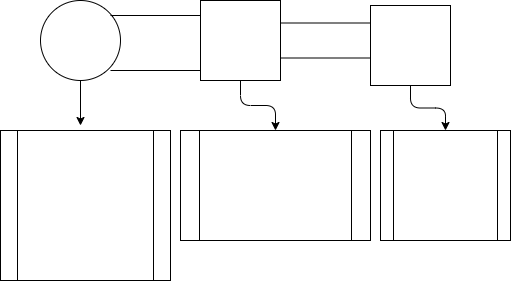
he445/project-diarioofc keeps this draw.io diagram as schema.drawio.png. Above is the earlier version. Source tidied: cells renumbered, new cells last; positions are measured from the earlier drawing's top-left corner, leaving out a move shared by most shapes.
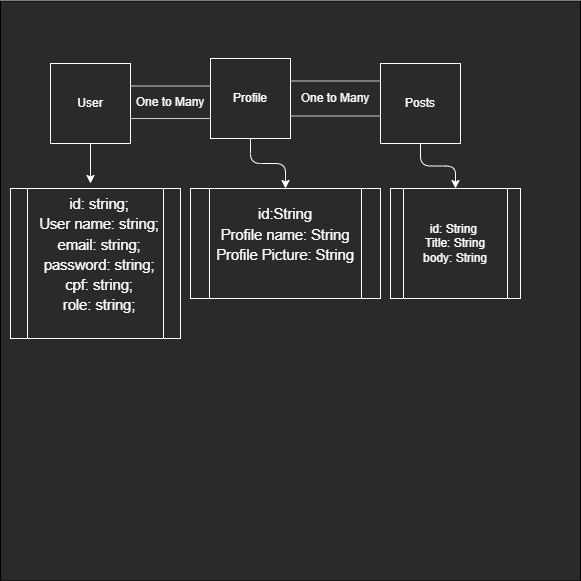
After the commit.

Commit message:
fix: diagram display

Diff of the diagram source:
```diff
@@ -2,40 +2,44 @@
   <root>
     <mxCell id="0" />
     <mxCell id="1" parent="0" />
+    <mxCell id="13" style="whiteSpace=wrap;html=1;labelBackgroundColor=none;fontFamily=Helvetica;fillColor=#2A2A2A;" parent="1" vertex="1">
+      <mxGeometry x="-10" y="-57.5" width="580" height="580" as="geometry" />
+    </mxCell>
-    <mxCell id="2" style="edgeStyle=none;html=1;labelBackgroundColor=none;align=center;fontFamily=Helvetica;fontColor=#FFFFFF;" parent="1" edge="1" source="3">
+    <mxCell id="2" style="edgeStyle=none;html=1;labelBackgroundColor=none;align=center;fontFamily=Helvetica;fontColor=#FFFFFF;strokeColor=#FFFFFF;" parent="1" edge="1">
       <mxGeometry relative="1" as="geometry">
+        <mxPoint x="80" y="80" as="sourcePoint" />
         <mxPoint x="80" y="125" as="targetPoint" />
       </mxGeometry>
     </mxCell>
-    <mxCell id="3" value="User" style="ellipse;whiteSpace=wrap;html=1;labelBackgroundColor=none;align=center;fontFamily=Helvetica;fontColor=#FFFFFF;" parent="1" vertex="1">
-      <mxGeometry x="40" width="80" height="80" as="geometry" />
-    </mxCell>
-    <mxCell id="4" style="edgeStyle=orthogonalEdgeStyle;html=1;fontColor=#FFFFFF;labelBackgroundColor=none;align=center;fontFamily=Helvetica;" parent="1" edge="1" source="5" target="10">
+    <mxCell id="4" style="edgeStyle=orthogonalEdgeStyle;html=1;fontColor=#FFFFFF;labelBackgroundColor=none;align=center;fontFamily=Helvetica;strokeColor=#FFFFFF;" parent="1" edge="1" source="5" target="10">
       <mxGeometry relative="1" as="geometry" />
     </mxCell>
-    <mxCell id="5" value="Profile" style="whiteSpace=wrap;html=1;labelBackgroundColor=none;align=center;fontFamily=Helvetica;fontColor=#FFFFFF;" parent="1" vertex="1">
+    <mxCell id="5" value="Profile" style="whiteSpace=wrap;html=1;labelBackgroundColor=none;align=center;fontFamily=Helvetica;fillColor=#2A2A2A;strokeColor=#FFFFFF;fontColor=#FFFFFF;" parent="1" vertex="1">
       <mxGeometry x="200" width="80" height="80" as="geometry" />
     </mxCell>
-    <mxCell id="6" style="edgeStyle=orthogonalEdgeStyle;html=1;fontColor=#FFFFFF;labelBackgroundColor=none;align=center;fontFamily=Helvetica;" parent="1" edge="1" source="7" target="11">
+    <mxCell id="6" style="edgeStyle=orthogonalEdgeStyle;html=1;fontColor=#FFFFFF;labelBackgroundColor=none;align=center;fontFamily=Helvetica;strokeColor=#FFFFFF;" parent="1" edge="1" source="7" target="11">
       <mxGeometry relative="1" as="geometry" />
     </mxCell>
-    <mxCell id="7" value="Posts" style="whiteSpace=wrap;html=1;labelBackgroundColor=none;align=center;fontFamily=Helvetica;fontColor=#FFFFFF;" parent="1" vertex="1">
+    <mxCell id="7" value="Posts" style="whiteSpace=wrap;html=1;labelBackgroundColor=none;align=center;fontFamily=Helvetica;fillColor=#2A2A2A;strokeColor=#FFFFFF;fontColor=#FFFFFF;" parent="1" vertex="1">
       <mxGeometry x="370" y="5" width="80" height="80" as="geometry" />
     </mxCell>
-    <mxCell id="8" value="One to Many" style="shape=partialRectangle;whiteSpace=wrap;html=1;left=0;right=0;fillColor=none;labelBackgroundColor=none;align=center;fontFamily=Helvetica;fontColor=#FFFFFF;" parent="1" vertex="1">
+    <mxCell id="8" value="One to Many" style="shape=partialRectangle;whiteSpace=wrap;html=1;left=0;right=0;labelBackgroundColor=none;align=center;fontFamily=Helvetica;fillColor=none;strokeColor=#CCCCCC;fontColor=#FFFFFF;" parent="1" vertex="1">
       <mxGeometry x="280" y="22.5" width="90" height="35" as="geometry" />
     </mxCell>
-    <mxCell id="9" value="&lt;span id=&quot;docs-internal-guid-df282f5a-7fff-cb5b-8f41-3b00759840ae&quot;&gt;&lt;p dir=&quot;ltr&quot; style=&quot;line-height: 1.38 ; margin-top: 0pt ; margin-bottom: 0pt&quot;&gt;&lt;span style=&quot;font-size: 11pt; vertical-align: baseline;&quot;&gt;&amp;nbsp;&amp;nbsp;id: string;&lt;/span&gt;&lt;/p&gt;&lt;p dir=&quot;ltr&quot; style=&quot;line-height: 1.38 ; margin-top: 0pt ; margin-bottom: 0pt&quot;&gt;&lt;span style=&quot;font-size: 11pt; vertical-align: baseline;&quot;&gt;&amp;nbsp; User name: string;&lt;/span&gt;&lt;/p&gt;&lt;p dir=&quot;ltr&quot; style=&quot;line-height: 1.38 ; margin-top: 0pt ; margin-bottom: 0pt&quot;&gt;&lt;span style=&quot;font-size: 11pt; vertical-align: baseline;&quot;&gt;&amp;nbsp;&amp;nbsp;email: string;&lt;/span&gt;&lt;/p&gt;&lt;p dir=&quot;ltr&quot; style=&quot;line-height: 1.38 ; margin-top: 0pt ; margin-bottom: 0pt&quot;&gt;&lt;span style=&quot;font-size: 11pt; vertical-align: baseline;&quot;&gt;&amp;nbsp;&amp;nbsp;password: string;&lt;/span&gt;&lt;/p&gt;&lt;p dir=&quot;ltr&quot; style=&quot;line-height: 1.38 ; margin-top: 0pt ; margin-bottom: 0pt&quot;&gt;&lt;span style=&quot;font-size: 11pt; vertical-align: baseline;&quot;&gt;&amp;nbsp;&amp;nbsp;cpf: string;&lt;/span&gt;&lt;/p&gt;&lt;p dir=&quot;ltr&quot; style=&quot;line-height: 1.38 ; margin-top: 0pt ; margin-bottom: 0pt&quot;&gt;&lt;span style=&quot;font-size: 11pt; vertical-align: baseline;&quot;&gt;&amp;nbsp;&amp;nbsp;role: string;&lt;/span&gt;&lt;/p&gt;&lt;div&gt;&lt;span style=&quot;font-size: 11pt; vertical-align: baseline;&quot;&gt;&lt;br&gt;&lt;/span&gt;&lt;/div&gt;&lt;/span&gt;" style="shape=process;whiteSpace=wrap;html=1;backgroundOutline=1;labelBackgroundColor=none;fontColor=#FFFFFF;align=center;fontFamily=Helvetica;" parent="1" vertex="1">
+    <mxCell id="9" value="&lt;span id=&quot;docs-internal-guid-df282f5a-7fff-cb5b-8f41-3b00759840ae&quot;&gt;&lt;p dir=&quot;ltr&quot; style=&quot;line-height: 1.38 ; margin-top: 0pt ; margin-bottom: 0pt&quot;&gt;&lt;span style=&quot;font-size: 11pt; vertical-align: baseline;&quot;&gt;&amp;nbsp;&amp;nbsp;id: string;&lt;/span&gt;&lt;/p&gt;&lt;p dir=&quot;ltr&quot; style=&quot;line-height: 1.38 ; margin-top: 0pt ; margin-bottom: 0pt&quot;&gt;&lt;span style=&quot;font-size: 11pt; vertical-align: baseline;&quot;&gt;&amp;nbsp; User name: string;&lt;/span&gt;&lt;/p&gt;&lt;p dir=&quot;ltr&quot; style=&quot;line-height: 1.38 ; margin-top: 0pt ; margin-bottom: 0pt&quot;&gt;&lt;span style=&quot;font-size: 11pt; vertical-align: baseline;&quot;&gt;&amp;nbsp;&amp;nbsp;email: string;&lt;/span&gt;&lt;/p&gt;&lt;p dir=&quot;ltr&quot; style=&quot;line-height: 1.38 ; margin-top: 0pt ; margin-bottom: 0pt&quot;&gt;&lt;span style=&quot;font-size: 11pt; vertical-align: baseline;&quot;&gt;&amp;nbsp;&amp;nbsp;password: string;&lt;/span&gt;&lt;/p&gt;&lt;p dir=&quot;ltr&quot; style=&quot;line-height: 1.38 ; margin-top: 0pt ; margin-bottom: 0pt&quot;&gt;&lt;span style=&quot;font-size: 11pt; vertical-align: baseline;&quot;&gt;&amp;nbsp;&amp;nbsp;cpf: string;&lt;/span&gt;&lt;/p&gt;&lt;p dir=&quot;ltr&quot; style=&quot;line-height: 1.38 ; margin-top: 0pt ; margin-bottom: 0pt&quot;&gt;&lt;span style=&quot;font-size: 11pt; vertical-align: baseline;&quot;&gt;&amp;nbsp;&amp;nbsp;role: string;&lt;/span&gt;&lt;/p&gt;&lt;div&gt;&lt;span style=&quot;font-size: 11pt; vertical-align: baseline;&quot;&gt;&lt;br&gt;&lt;/span&gt;&lt;/div&gt;&lt;/span&gt;" style="shape=process;whiteSpace=wrap;html=1;backgroundOutline=1;labelBackgroundColor=none;align=center;fontFamily=Helvetica;fillColor=#2A2A2A;strokeColor=#FFFFFF;fontColor=#FFFFFF;" parent="1" vertex="1">
       <mxGeometry y="130" width="170" height="150" as="geometry" />
     </mxCell>
-    <mxCell id="10" value="&lt;span id=&quot;docs-internal-guid-a3b46b1f-7fff-5929-f7e5-c24bb7a05511&quot;&gt;&lt;p dir=&quot;ltr&quot; style=&quot;line-height: 1.38 ; margin-top: 0pt ; margin-bottom: 0pt&quot;&gt;&lt;span style=&quot;font-size: 11pt; vertical-align: baseline;&quot;&gt;id:String&lt;/span&gt;&lt;/p&gt;&lt;p dir=&quot;ltr&quot; style=&quot;line-height: 1.38 ; margin-top: 0pt ; margin-bottom: 0pt&quot;&gt;&lt;span style=&quot;font-size: 11pt; vertical-align: baseline;&quot;&gt;Profile name: String&lt;/span&gt;&lt;/p&gt;&lt;p dir=&quot;ltr&quot; style=&quot;line-height: 1.38 ; margin-top: 0pt ; margin-bottom: 0pt&quot;&gt;&lt;span style=&quot;font-size: 11pt; vertical-align: baseline;&quot;&gt;Profile Picture: String&lt;/span&gt;&lt;/p&gt;&lt;div&gt;&lt;span style=&quot;font-size: 11pt; vertical-align: baseline;&quot;&gt;&lt;br&gt;&lt;/span&gt;&lt;/div&gt;&lt;/span&gt;" style="shape=process;whiteSpace=wrap;html=1;backgroundOutline=1;align=center;labelBackgroundColor=none;fontFamily=Helvetica;fontColor=#FFFFFF;" parent="1" vertex="1">
+    <mxCell id="10" value="&lt;span id=&quot;docs-internal-guid-a3b46b1f-7fff-5929-f7e5-c24bb7a05511&quot;&gt;&lt;p dir=&quot;ltr&quot; style=&quot;line-height: 1.38 ; margin-top: 0pt ; margin-bottom: 0pt&quot;&gt;&lt;span style=&quot;font-size: 11pt; vertical-align: baseline;&quot;&gt;id:String&lt;/span&gt;&lt;/p&gt;&lt;p dir=&quot;ltr&quot; style=&quot;line-height: 1.38 ; margin-top: 0pt ; margin-bottom: 0pt&quot;&gt;&lt;span style=&quot;font-size: 11pt; vertical-align: baseline;&quot;&gt;Profile name: String&lt;/span&gt;&lt;/p&gt;&lt;p dir=&quot;ltr&quot; style=&quot;line-height: 1.38 ; margin-top: 0pt ; margin-bottom: 0pt&quot;&gt;&lt;span style=&quot;font-size: 11pt; vertical-align: baseline;&quot;&gt;Profile Picture: String&lt;/span&gt;&lt;/p&gt;&lt;div&gt;&lt;span style=&quot;font-size: 11pt; vertical-align: baseline;&quot;&gt;&lt;br&gt;&lt;/span&gt;&lt;/div&gt;&lt;/span&gt;" style="shape=process;whiteSpace=wrap;html=1;backgroundOutline=1;align=center;labelBackgroundColor=none;fontFamily=Helvetica;fillColor=#2A2A2A;strokeColor=#FFFFFF;fontColor=#FFFFFF;" parent="1" vertex="1">
       <mxGeometry x="180" y="130" width="190" height="110" as="geometry" />
     </mxCell>
-    <mxCell id="11" value="id: String&amp;nbsp;&lt;br&gt;Title: String&lt;br&gt;body: String" style="shape=process;whiteSpace=wrap;html=1;backgroundOutline=1;labelBackgroundColor=none;align=center;fontFamily=Helvetica;fontColor=#FFFFFF;" parent="1" vertex="1">
+    <mxCell id="11" value="id: String&amp;nbsp;&lt;br&gt;Title: String&lt;br&gt;body: String" style="shape=process;whiteSpace=wrap;html=1;backgroundOutline=1;labelBackgroundColor=none;align=center;fontFamily=Helvetica;fillColor=#2A2A2A;strokeColor=#FFFFFF;fontColor=#FFFFFF;" parent="1" vertex="1">
       <mxGeometry x="380" y="130" width="130" height="110" as="geometry" />
     </mxCell>
+    <mxCell id="3" value="User" style="whiteSpace=wrap;html=1;labelBackgroundColor=none;align=center;fontFamily=Helvetica;fillColor=#2A2A2A;strokeColor=#FFFFFF;fontColor=#FFFFFF;" parent="1" vertex="1">
+      <mxGeometry x="40" y="5" width="80" height="80" as="geometry" />
+    </mxCell>
-    <mxCell id="12" value="One to Many" style="shape=partialRectangle;whiteSpace=wrap;html=1;left=0;right=0;fillColor=none;fontColor=#FFFFFF;labelBackgroundColor=none;align=center;fontFamily=Helvetica;" parent="1" vertex="1">
-      <mxGeometry x="110" y="15" width="90" height="55" as="geometry" />
+    <mxCell id="12" value="One to Many" style="shape=partialRectangle;whiteSpace=wrap;html=1;left=0;right=0;labelBackgroundColor=none;align=center;fontFamily=Helvetica;fillColor=none;strokeColor=#CCCCCC;fontColor=#FFFFFF;" parent="1" vertex="1">
+      <mxGeometry x="120" y="27.5" width="80" height="32.5" as="geometry" />
     </mxCell>
   </root>
 </mxGraphModel>
```
